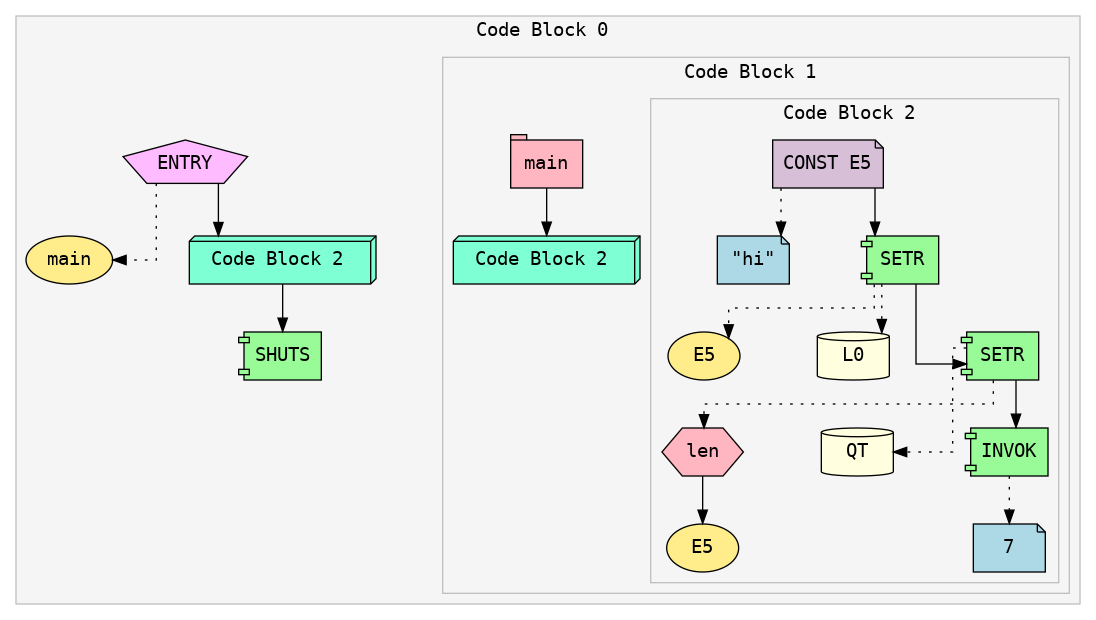
Earlier version of the Graphviz export ir.png (Soham-Metha/IICT_Segfault_2025). Its source is kept beside it as ir.dot. Source of this version:
```dot
digraph ir {
splines=ortho;
nodesep=0.8;
ranksep=0.5;
subgraph cluster_0 {
label="Code Block 0 ";
style=filled;
color=gray;
fillcolor=whitesmoke;
fontname="Courier";
Expr_1 [shape=pentagon style=filled fillcolor=plum1 fontname="Courier" label="ENTRY"]
Expr_2 [shape=ellipse style=filled fillcolor=lightgoldenrod1 fontname="Courier" label="main"]
Expr_1 -> Expr_2 [style=dotted]
subgraph cluster_3 {
label="Code Block 1 ";
style=filled;
color=gray;
fillcolor=whitesmoke;
fontname="Courier";
Expr_4 [shape=tab style=filled fillcolor=lightpink fontname="Courier" label="main"]
subgraph cluster_5 {
label="Code Block 2 ";
style=filled;
color=gray;
fillcolor=whitesmoke;
fontname="Courier";
Expr_6 [shape=note style=filled fillcolor=thistle fontname="Courier" label="CONST E5"]
Expr_7 [shape=note style=filled fillcolor=lightblue fontname="Courier" label="\"hi\""]
Expr_6 -> Expr_7 [style=dotted]
Expr_8 [shape=component style=filled fillcolor=palegreen fontname="Courier" label="SETR"]
Expr_9 [shape=ellipse style=filled fillcolor=lightgoldenrod1 fontname="Courier" label="E5"]
Expr_8 -> Expr_9 [style=dotted]
Expr_10 [shape=cylinder style=filled fillcolor=lightyellow fontname="Courier" label="L0"]
Expr_8 -> Expr_10 [style=dotted]
Expr_6 -> Expr_8;
Expr_11 [shape=component style=filled fillcolor=palegreen fontname="Courier" label="SETR"]
Expr_12 [shape=hexagon style=filled fillcolor=lightpink fontname="Courier" label="len"]
Expr_13 [shape=ellipse style=filled fillcolor=lightgoldenrod1 fontname="Courier" label="E5"]
Expr_12 -> Expr_13
Expr_11 -> Expr_12 [style=dotted]
Expr_14 [shape=cylinder style=filled fillcolor=lightyellow fontname="Courier" label="QT"]
Expr_11 -> Expr_14 [style=dotted]
Expr_8 -> Expr_11;
Expr_15 [shape=component style=filled fillcolor=palegreen fontname="Courier" label="INVOK"]
Expr_16 [shape=note style=filled fillcolor=lightblue fontname="Courier" label="7"]
Expr_15 -> Expr_16 [style=dotted]
Expr_11 -> Expr_15;
}
Expr_5 [shape=box3d style=filled fillcolor=aquamarine fontname="Courier" label=" Code Block 2  "]
Expr_4 -> Expr_5;
}
Expr_3 [shape=box3d style=filled fillcolor=aquamarine fontname="Courier" label=" Code Block 2  "]
Expr_1 -> Expr_3;
Expr_17 [shape=component style=filled fillcolor=palegreen fontname="Courier" label="SHUTS"]
Expr_3 -> Expr_17;
}
}
```
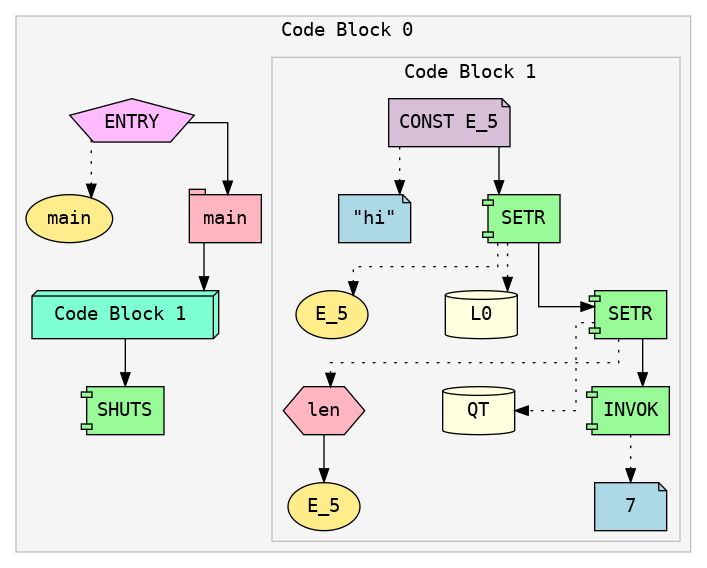
Later version of the same file.

Change to the diagram source:
```diff
@@ -11,47 +11,39 @@
 Expr_1 [shape=pentagon style=filled fillcolor=plum1 fontname="Courier" label="ENTRY"]
 Expr_2 [shape=ellipse style=filled fillcolor=lightgoldenrod1 fontname="Courier" label="main"]
 Expr_1 -> Expr_2 [style=dotted]
-subgraph cluster_3 {
+Expr_3 [shape=tab style=filled fillcolor=lightpink fontname="Courier" label="main"]
+Expr_1 -> Expr_3;
+subgraph cluster_4 {
 label="Code Block 1 ";
 style=filled;
 color=gray;
 fillcolor=whitesmoke;
 fontname="Courier";
-Expr_4 [shape=tab style=filled fillcolor=lightpink fontname="Courier" label="main"]
-subgraph cluster_5 {
-label="Code Block 2 ";
-style=filled;
-color=gray;
-fillcolor=whitesmoke;
-fontname="Courier";
-Expr_6 [shape=note style=filled fillcolor=thistle fontname="Courier" label="CONST E5"]
-Expr_7 [shape=note style=filled fillcolor=lightblue fontname="Courier" label="\"hi\""]
-Expr_6 -> Expr_7 [style=dotted]
-Expr_8 [shape=component style=filled fillcolor=palegreen fontname="Courier" label="SETR"]
-Expr_9 [shape=ellipse style=filled fillcolor=lightgoldenrod1 fontname="Courier" label="E5"]
-Expr_8 -> Expr_9 [style=dotted]
-Expr_10 [shape=cylinder style=filled fillcolor=lightyellow fontname="Courier" label="L0"]
-Expr_8 -> Expr_10 [style=dotted]
-Expr_6 -> Expr_8;
-Expr_11 [shape=component style=filled fillcolor=palegreen fontname="Courier" label="SETR"]
-Expr_12 [shape=hexagon style=filled fillcolor=lightpink fontname="Courier" label="len"]
-Expr_13 [shape=ellipse style=filled fillcolor=lightgoldenrod1 fontname="Courier" label="E5"]
-Expr_12 -> Expr_13
-Expr_11 -> Expr_12 [style=dotted]
-Expr_14 [shape=cylinder style=filled fillcolor=lightyellow fontname="Courier" label="QT"]
-Expr_11 -> Expr_14 [style=dotted]
-Expr_8 -> Expr_11;
-Expr_15 [shape=component style=filled fillcolor=palegreen fontname="Courier" label="INVOK"]
-Expr_16 [shape=note style=filled fillcolor=lightblue fontname="Courier" label="7"]
-Expr_15 -> Expr_16 [style=dotted]
-Expr_11 -> Expr_15;
+Expr_5 [shape=note style=filled fillcolor=thistle fontname="Courier" label="CONST E_5"]
+Expr_6 [shape=note style=filled fillcolor=lightblue fontname="Courier" label="\"hi\""]
+Expr_5 -> Expr_6 [style=dotted]
+Expr_7 [shape=component style=filled fillcolor=palegreen fontname="Courier" label="SETR"]
+Expr_8 [shape=ellipse style=filled fillcolor=lightgoldenrod1 fontname="Courier" label="E_5"]
+Expr_7 -> Expr_8 [style=dotted]
+Expr_9 [shape=cylinder style=filled fillcolor=lightyellow fontname="Courier" label="L0"]
+Expr_7 -> Expr_9 [style=dotted]
+Expr_5 -> Expr_7;
+Expr_10 [shape=component style=filled fillcolor=palegreen fontname="Courier" label="SETR"]
+Expr_11 [shape=hexagon style=filled fillcolor=lightpink fontname="Courier" label="len"]
+Expr_12 [shape=ellipse style=filled fillcolor=lightgoldenrod1 fontname="Courier" label="E_5"]
+Expr_11 -> Expr_12
+Expr_10 -> Expr_11 [style=dotted]
+Expr_13 [shape=cylinder style=filled fillcolor=lightyellow fontname="Courier" label="QT"]
+Expr_10 -> Expr_13 [style=dotted]
+Expr_7 -> Expr_10;
+Expr_14 [shape=component style=filled fillcolor=palegreen fontname="Courier" label="INVOK"]
+Expr_15 [shape=note style=filled fillcolor=lightblue fontname="Courier" label="7"]
+Expr_14 -> Expr_15 [style=dotted]
+Expr_10 -> Expr_14;
 }
-Expr_5 [shape=box3d style=filled fillcolor=aquamarine fontname="Courier" label=" Code Block 2  "]
-Expr_4 -> Expr_5;
-}
-Expr_3 [shape=box3d style=filled fillcolor=aquamarine fontname="Courier" label=" Code Block 2  "]
-Expr_1 -> Expr_3;
-Expr_17 [shape=component style=filled fillcolor=palegreen fontname="Courier" label="SHUTS"]
-Expr_3 -> Expr_17;
+Expr_4 [shape=box3d style=filled fillcolor=aquamarine fontname="Courier" label=" Code Block 1  "]
+Expr_3 -> Expr_4;
+Expr_16 [shape=component style=filled fillcolor=palegreen fontname="Courier" label="SHUTS"]
+Expr_4 -> Expr_16;
 }
 }
```
